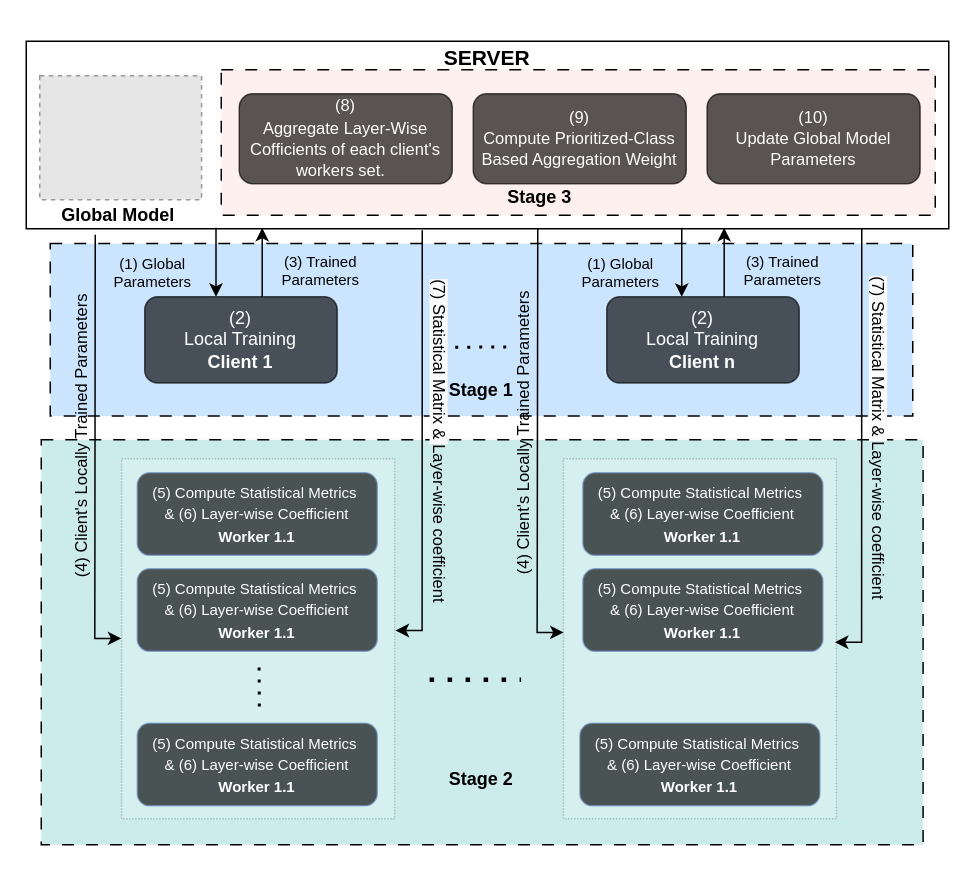
sujit880/Plotting_Graphs keeps this draw.io diagram as Copy of FedSat_FrameWork_Design.drawio. Above is the earlier version. Source tidied: cells renumbered, new cells numbered last; positions are measured from the earlier drawing's top-left corner, leaving out a move shared by most shapes. Both pictures are drawn from the tidied source at 150%, with x=0, y=0 at pixel (-70, 34). Pictures stored in the file or linked from it are replaced by grey dashed boxes.
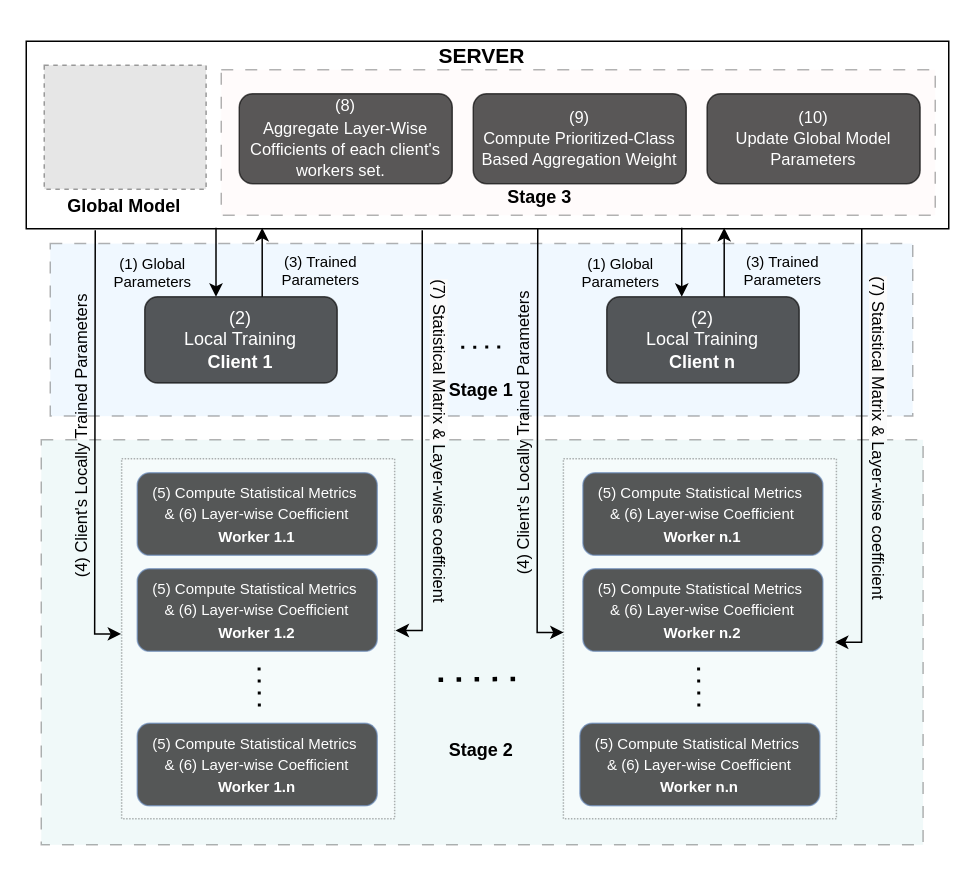
The same page after the edit.

The edit, as a diff of the source:
```diff
@@
-    <mxCell id="2" style="rounded=0;whiteSpace=wrap;html=1;dashed=1;dashPattern=8 8;fillColor=#009999;fillOpacity=20;" parent="1" vertex="1">
+    <mxCell id="2" style="rounded=0;whiteSpace=wrap;html=1;dashed=1;dashPattern=8 8;fillColor=#009999;fillOpacity=20;opacity=30;" parent="1" vertex="1">
       <mxGeometry x="74" y="269.7" width="587.9" height="270" as="geometry" />
     </mxCell>
-    <mxCell id="3" style="rounded=0;whiteSpace=wrap;html=1;dashed=1;dashPattern=8 8;imageWidth=25;fillColor=#99CCFF;fillOpacity=50;" parent="1" vertex="1">
+    <mxCell id="3" style="rounded=0;whiteSpace=wrap;html=1;dashed=1;dashPattern=8 8;imageWidth=25;fillColor=#99CCFF;fillOpacity=50;opacity=30;" parent="1" vertex="1">
       <mxGeometry x="80" y="138.9" width="575" height="115" as="geometry" />
     </mxCell>
-    <mxCell id="4" style="rounded=0;whiteSpace=wrap;html=1;dashed=1;dashPattern=1 1;fillColor=#FFFFFF;opacity=20;" parent="1" vertex="1">
+    <mxCell id="4" style="rounded=0;whiteSpace=wrap;html=1;dashed=1;dashPattern=1 1;fillColor=#FFFFFF;opacity=30;" parent="1" vertex="1">
       <mxGeometry x="127.6" y="282.4" width="182" height="240" as="geometry" />
     </mxCell>
@@
-    <mxCell id="6" style="rounded=0;whiteSpace=wrap;html=1;dashed=1;dashPattern=8 8;fillColor=#FFCCCC;fillOpacity=30;strokeOpacity=100;" parent="1" vertex="1">
+    <mxCell id="6" style="rounded=0;whiteSpace=wrap;html=1;dashed=1;dashPattern=8 8;fillColor=#FFCCCC;fillOpacity=30;strokeOpacity=100;opacity=30;" parent="1" vertex="1">
       <mxGeometry x="194" y="23" width="476" height="97" as="geometry" />
     </mxCell>
@@
     <mxCell id="12" value="&lt;b&gt;Stage 2&lt;/b&gt;" style="text;html=1;align=center;verticalAlign=middle;whiteSpace=wrap;rounded=0;" parent="1" vertex="1">
-      <mxGeometry x="329" y="479.2" width="77" height="34.5" as="geometry" />
+      <mxGeometry x="329" y="460.2" width="77" height="34.5" as="geometry" />
     </mxCell>
     <mxCell id="13" style="fillColor=#E6E6E6;strokeColor=#999999;dashed=1;verticalLabelPosition=bottom;labelBackgroundColor=default;verticalAlign=top;" parent="1" vertex="1">
-      <mxGeometry x="73" y="27" width="107.9" height="82.6" as="geometry" />
+      <mxGeometry x="76" y="20" width="107.9" height="82.6" as="geometry" />
     </mxCell>
     <mxCell id="14" value="&lt;b&gt;Global Model&lt;/b&gt;" style="text;html=1;align=center;verticalAlign=middle;whiteSpace=wrap;rounded=0;" parent="1" vertex="1">
-      <mxGeometry x="77.3" y="109.6" width="97.2" height="21.4" as="geometry" />
+      <mxGeometry x="81.4" y="103.5" width="97.2" height="21.4" as="geometry" />
     </mxCell>
     <mxCell id="15" value="&lt;h1 style=&quot;line-height: 0%;&quot;&gt;&lt;b&gt;&lt;font style=&quot;font-size: 14px;&quot;&gt;SERVER&lt;/font&gt;&lt;/b&gt;&lt;/h1&gt;" style="text;html=1;align=center;verticalAlign=middle;whiteSpace=wrap;rounded=0;" parent="1" vertex="1">
-      <mxGeometry x="325.9" width="91.1" height="26" as="geometry" />
+      <mxGeometry x="320.5" y="5" width="94.1" height="13" as="geometry" />
     </mxCell>
@@
-    <mxCell id="17" style="endArrow=classic;html=1;rounded=0;entryX=0;entryY=0.5;entryDx=0;entryDy=0;" parent="1" edge="1">
-      <mxGeometry relative="1" as="geometry">
-        <mxPoint x="110" y="133" as="sourcePoint" />
-        <mxPoint x="127.4" y="402.1" as="targetPoint" />
-        <Array as="points">
-          <mxPoint x="109.7" y="402.1" />
-        </Array>
-      </mxGeometry>
-    </mxCell>
@@
     <mxCell id="26" style="endArrow=none;dashed=1;html=1;dashPattern=1 3;strokeWidth=2;rounded=0;" parent="1" edge="1">
       <mxGeometry relative="1" as="geometry">
-        <mxPoint x="350" y="208" as="sourcePoint" />
-        <mxPoint x="386" y="207.8" as="targetPoint" />
+        <mxPoint x="354" y="208" as="sourcePoint" />
+        <mxPoint x="384" y="207.8" as="targetPoint" />
       </mxGeometry>
     </mxCell>
@@
     <mxCell id="29" style="endArrow=none;dashed=1;html=1;dashPattern=1 3;strokeWidth=3;rounded=0;" parent="1" edge="1">
       <mxGeometry relative="1" as="geometry">
-        <mxPoint x="332.9" y="429.7" as="sourcePoint" />
-        <mxPoint x="393.9" y="429.7" as="targetPoint" />
+        <mxPoint x="338.9" y="429.7" as="sourcePoint" />
+        <mxPoint x="398" y="429" as="targetPoint" />
       </mxGeometry>
     </mxCell>
@@
-    <mxCell id="40" value="&lt;font color=&quot;#ffffff&quot; size=&quot;1&quot;&gt;(5) Compute Statistical Metrics&amp;nbsp;&lt;/font&gt;&lt;div&gt;&lt;font color=&quot;#ffffff&quot; size=&quot;1&quot;&gt;&amp;amp; (6) Layer-wise Coefficient&lt;/font&gt;&lt;div&gt;&lt;font color=&quot;#ffffff&quot; size=&quot;1&quot;&gt;&lt;b&gt;Worker 1.1&lt;/b&gt;&lt;/font&gt;&lt;/div&gt;&lt;/div&gt;" style="rounded=1;whiteSpace=wrap;html=1;fillColor=#000000;strokeColor=#6c8ebf;opacity=65;" parent="1" vertex="1">
+    <mxCell id="40" value="&lt;font color=&quot;#ffffff&quot; size=&quot;1&quot;&gt;(5) Compute Statistical Metrics&amp;nbsp;&lt;/font&gt;&lt;div&gt;&lt;font color=&quot;#ffffff&quot; size=&quot;1&quot;&gt;&amp;amp; (6) Layer-wise Coefficient&lt;/font&gt;&lt;div&gt;&lt;font color=&quot;#ffffff&quot; size=&quot;1&quot;&gt;&lt;b&gt;Worker 1.2&lt;/b&gt;&lt;/font&gt;&lt;/div&gt;&lt;/div&gt;" style="rounded=1;whiteSpace=wrap;html=1;fillColor=#000000;strokeColor=#6c8ebf;opacity=65;" parent="1" vertex="1">
       <mxGeometry x="138" y="355.7" width="160" height="55" as="geometry" />
     </mxCell>
-    <mxCell id="41" value="&lt;font color=&quot;#ffffff&quot; size=&quot;1&quot;&gt;(5) Compute Statistical Metrics&amp;nbsp;&lt;/font&gt;&lt;div&gt;&lt;font color=&quot;#ffffff&quot; size=&quot;1&quot;&gt;&amp;amp; (6) Layer-wise Coefficient&lt;/font&gt;&lt;div&gt;&lt;font color=&quot;#ffffff&quot; size=&quot;1&quot;&gt;&lt;b&gt;Worker 1.1&lt;/b&gt;&lt;/font&gt;&lt;/div&gt;&lt;/div&gt;" style="rounded=1;whiteSpace=wrap;html=1;fillColor=#000000;strokeColor=#6c8ebf;opacity=65;" parent="1" vertex="1">
+    <mxCell id="41" value="&lt;font color=&quot;#ffffff&quot; size=&quot;1&quot;&gt;(5) Compute Statistical Metrics&amp;nbsp;&lt;/font&gt;&lt;div&gt;&lt;font color=&quot;#ffffff&quot; size=&quot;1&quot;&gt;&amp;amp; (6) Layer-wise Coefficient&lt;/font&gt;&lt;div&gt;&lt;font color=&quot;#ffffff&quot; size=&quot;1&quot;&gt;&lt;b&gt;Worker 1.n&lt;/b&gt;&lt;/font&gt;&lt;/div&gt;&lt;/div&gt;" style="rounded=1;whiteSpace=wrap;html=1;fillColor=#000000;strokeColor=#6c8ebf;opacity=65;" parent="1" vertex="1">
       <mxGeometry x="138" y="458.7" width="160" height="55" as="geometry" />
     </mxCell>
-    <mxCell id="42" style="rounded=0;whiteSpace=wrap;html=1;dashed=1;dashPattern=1 1;fillColor=#FFFFFF;opacity=20;" parent="1" vertex="1">
+    <mxCell id="42" style="rounded=0;whiteSpace=wrap;html=1;dashed=1;dashPattern=1 1;fillColor=#FFFFFF;opacity=30;" parent="1" vertex="1">
       <mxGeometry x="422.1" y="282.4" width="182" height="240" as="geometry" />
     </mxCell>
-    <mxCell id="43" value="&lt;font color=&quot;#ffffff&quot; size=&quot;1&quot;&gt;(5) Compute Statistical Metrics&amp;nbsp;&lt;/font&gt;&lt;div&gt;&lt;font color=&quot;#ffffff&quot; size=&quot;1&quot;&gt;&amp;amp; (6) Layer-wise Coefficient&lt;/font&gt;&lt;div&gt;&lt;font color=&quot;#ffffff&quot; size=&quot;1&quot;&gt;&lt;b&gt;Worker 1.1&lt;/b&gt;&lt;/font&gt;&lt;/div&gt;&lt;/div&gt;" style="rounded=1;whiteSpace=wrap;html=1;fillColor=#000000;strokeColor=#6c8ebf;opacity=65;" parent="1" vertex="1">
+    <mxCell id="43" value="&lt;font color=&quot;#ffffff&quot; size=&quot;1&quot;&gt;(5) Compute Statistical Metrics&amp;nbsp;&lt;/font&gt;&lt;div&gt;&lt;font color=&quot;#ffffff&quot; size=&quot;1&quot;&gt;&amp;amp; (6) Layer-wise Coefficient&lt;/font&gt;&lt;div&gt;&lt;font color=&quot;#ffffff&quot; size=&quot;1&quot;&gt;&lt;b&gt;Worker n.1&lt;/b&gt;&lt;/font&gt;&lt;/div&gt;&lt;/div&gt;" style="rounded=1;whiteSpace=wrap;html=1;fillColor=#000000;strokeColor=#6c8ebf;opacity=65;" parent="1" vertex="1">
       <mxGeometry x="435.1" y="291.7" width="160" height="55" as="geometry" />
     </mxCell>
-    <mxCell id="44" value="&lt;font color=&quot;#ffffff&quot; size=&quot;1&quot;&gt;(5) Compute Statistical Metrics&amp;nbsp;&lt;/font&gt;&lt;div&gt;&lt;font color=&quot;#ffffff&quot; size=&quot;1&quot;&gt;&amp;amp; (6) Layer-wise Coefficient&lt;/font&gt;&lt;div&gt;&lt;font color=&quot;#ffffff&quot; size=&quot;1&quot;&gt;&lt;b&gt;Worker 1.1&lt;/b&gt;&lt;/font&gt;&lt;/div&gt;&lt;/div&gt;" style="rounded=1;whiteSpace=wrap;html=1;fillColor=#000000;strokeColor=#6c8ebf;opacity=65;" parent="1" vertex="1">
+    <mxCell id="44" value="&lt;font color=&quot;#ffffff&quot; size=&quot;1&quot;&gt;(5) Compute Statistical Metrics&amp;nbsp;&lt;/font&gt;&lt;div&gt;&lt;font color=&quot;#ffffff&quot; size=&quot;1&quot;&gt;&amp;amp; (6) Layer-wise Coefficient&lt;/font&gt;&lt;div&gt;&lt;font color=&quot;#ffffff&quot; size=&quot;1&quot;&gt;&lt;b&gt;Worker n.2&lt;/b&gt;&lt;/font&gt;&lt;/div&gt;&lt;/div&gt;" style="rounded=1;whiteSpace=wrap;html=1;fillColor=#000000;strokeColor=#6c8ebf;opacity=65;" parent="1" vertex="1">
       <mxGeometry x="435.1" y="355.7" width="160" height="55" as="geometry" />
     </mxCell>
-    <mxCell id="45" value="&lt;font color=&quot;#ffffff&quot; size=&quot;1&quot;&gt;(5) Compute Statistical Metrics&amp;nbsp;&lt;/font&gt;&lt;div&gt;&lt;font color=&quot;#ffffff&quot; size=&quot;1&quot;&gt;&amp;amp; (6) Layer-wise Coefficient&lt;/font&gt;&lt;div&gt;&lt;font color=&quot;#ffffff&quot; size=&quot;1&quot;&gt;&lt;b&gt;Worker 1.1&lt;/b&gt;&lt;/font&gt;&lt;/div&gt;&lt;/div&gt;" style="rounded=1;whiteSpace=wrap;html=1;fillColor=#000000;strokeColor=#6c8ebf;opacity=65;" parent="1" vertex="1">
+    <mxCell id="45" value="&lt;font color=&quot;#ffffff&quot; size=&quot;1&quot;&gt;(5) Compute Statistical Metrics&amp;nbsp;&lt;/font&gt;&lt;div&gt;&lt;font color=&quot;#ffffff&quot; size=&quot;1&quot;&gt;&amp;amp; (6) Layer-wise Coefficient&lt;/font&gt;&lt;div&gt;&lt;font color=&quot;#ffffff&quot; size=&quot;1&quot;&gt;&lt;b&gt;Worker n.n&lt;/b&gt;&lt;/font&gt;&lt;/div&gt;&lt;/div&gt;" style="rounded=1;whiteSpace=wrap;html=1;fillColor=#000000;strokeColor=#6c8ebf;opacity=65;" parent="1" vertex="1">
       <mxGeometry x="433.1" y="458.7" width="160" height="55" as="geometry" />
     </mxCell>
+    <mxCell id="46" style="endArrow=classic;html=1;rounded=0;entryX=0;entryY=0.5;entryDx=0;entryDy=0;" parent="1" edge="1">
+      <mxGeometry relative="1" as="geometry">
+        <mxPoint x="110" y="130" as="sourcePoint" />
+        <mxPoint x="127.3" y="399.1" as="targetPoint" />
+        <Array as="points">
+          <mxPoint x="109.6" y="399.1" />
+        </Array>
+      </mxGeometry>
+    </mxCell>
+    <mxCell id="47" style="endArrow=none;dashed=1;html=1;dashPattern=1 3;strokeWidth=2;rounded=0;" parent="1" edge="1">
+      <mxGeometry relative="1" as="geometry">
+        <mxPoint x="512.4" y="447.5" as="sourcePoint" />
+        <mxPoint x="512.2" y="417.6" as="targetPoint" />
+      </mxGeometry>
+    </mxCell>
```
